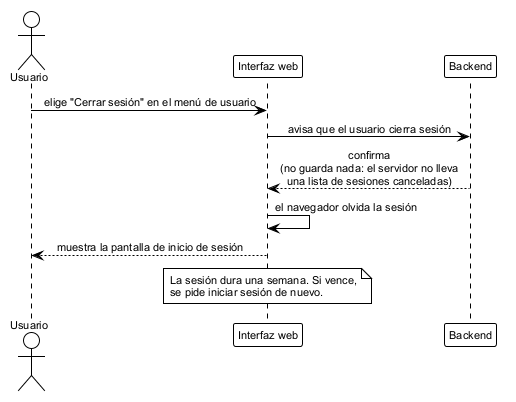
ErickJester/fst-ai-system-latex keeps this PlantUML diagram as figures/diagramas/seq_logout.png. Above is the earlier version. The source it was exported from:
```plantuml
@startuml seq_logout

!theme plain
skinparam defaultFontName Arial
skinparam defaultFontSize 11
skinparam shadowing false
skinparam sequenceMessageAlign center

actor Usuario as u
participant "Interfaz web" as ui
participant Backend as api

u -> ui: elige "Cerrar sesión" en el menú de usuario
ui -> api: avisa que el usuario cierra sesión
api --> ui: confirma\n(no guarda nada: el servidor no lleva\nuna lista de sesiones canceladas)
ui -> ui: el navegador olvida la sesión
ui --> u: muestra la pantalla de inicio de sesión
note over ui
  La sesión dura una semana. Si vence,
  se pide iniciar sesión de nuevo.
end note
@enduml
```
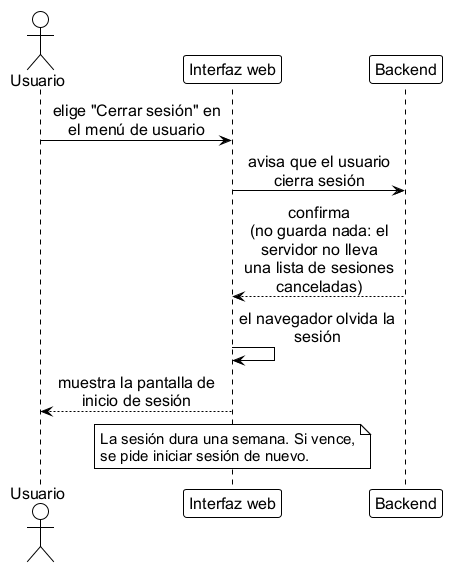
After the commit.

Change to the diagram source:
```diff
@@ -1,20 +1,16 @@
 @startuml seq_logout
 
-!theme plain
-skinparam defaultFontName Arial
-skinparam defaultFontSize 11
-skinparam shadowing false
-skinparam sequenceMessageAlign center
+!include estilo_doc.iuml
 
 actor Usuario as u
 participant "Interfaz web" as ui
 participant Backend as api
 
-u -> ui: elige "Cerrar sesión" en el menú de usuario
-ui -> api: avisa que el usuario cierra sesión
-api --> ui: confirma\n(no guarda nada: el servidor no lleva\nuna lista de sesiones canceladas)
-ui -> ui: el navegador olvida la sesión
-ui --> u: muestra la pantalla de inicio de sesión
+u -> ui: elige "Cerrar sesión" en\nel menú de usuario
+ui -> api: avisa que el usuario\ncierra sesión
+api --> ui: confirma\n(no guarda nada: el\nservidor no lleva\nuna lista de sesiones\ncanceladas)
+ui -> ui: el navegador olvida la\nsesión
+ui --> u: muestra la pantalla de\ninicio de sesión
 note over ui
   La sesión dura una semana. Si vence,
   se pide iniciar sesión de nuevo.
```
